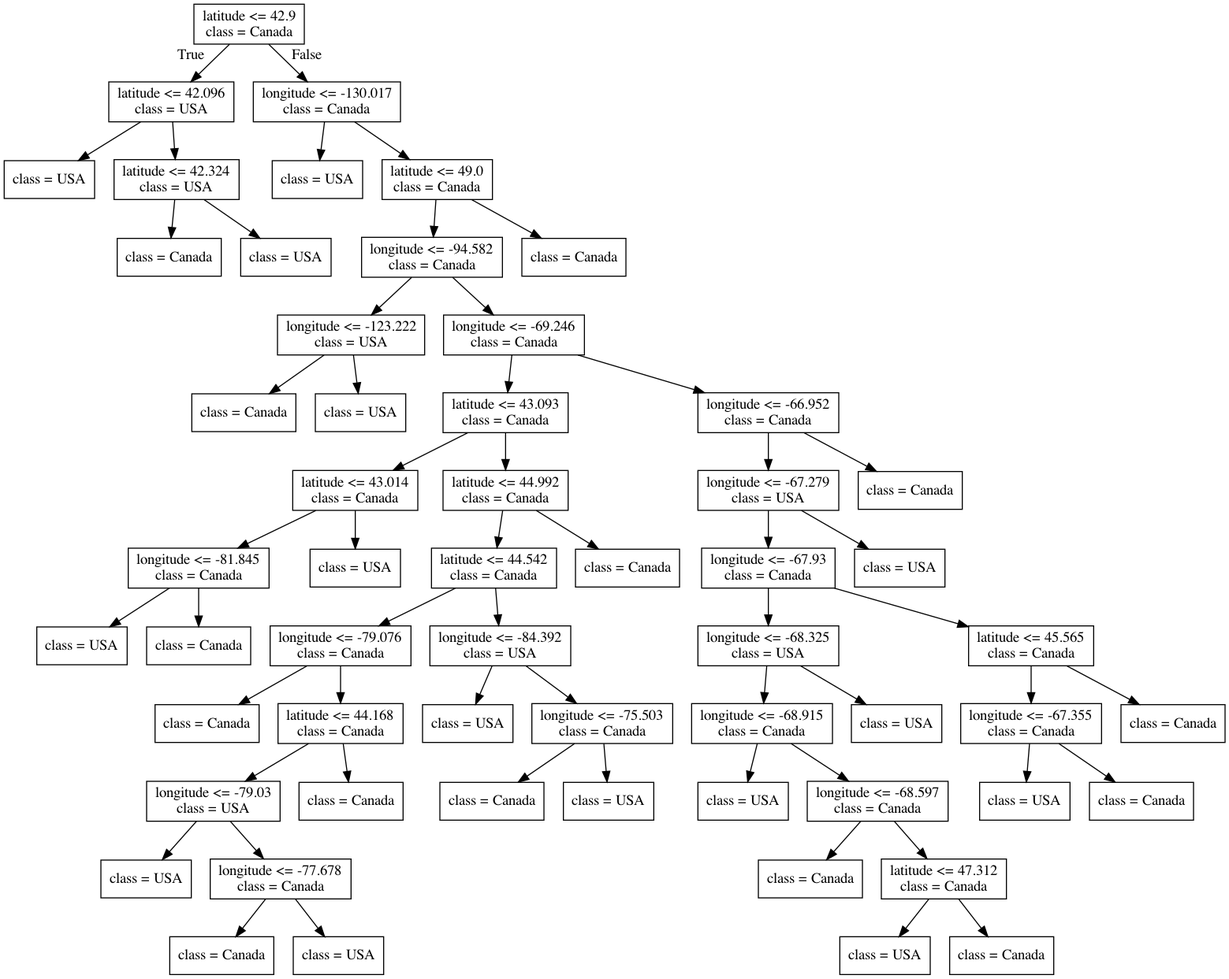
Above: lectures/Source.gv.png in bait509-ubc/BAIT509 (Graphviz), before the change. Its source is kept beside it as lectures/Source.gv. Its diagram source:
```dot
digraph Tree {
node [shape=box] ;
0 [label="latitude <= 42.9\nclass = Canada"] ;
1 [label="latitude <= 42.096\nclass = USA"] ;
0 -> 1 [labeldistance=2.5, labelangle=45, headlabel="True"] ;
2 [label="class = USA"] ;
1 -> 2 ;
3 [label="latitude <= 42.324\nclass = USA"] ;
1 -> 3 ;
4 [label="class = Canada"] ;
3 -> 4 ;
5 [label="class = USA"] ;
3 -> 5 ;
6 [label="longitude <= -130.017\nclass = Canada"] ;
0 -> 6 [labeldistance=2.5, labelangle=-45, headlabel="False"] ;
7 [label="class = USA"] ;
6 -> 7 ;
8 [label="latitude <= 49.0\nclass = Canada"] ;
6 -> 8 ;
9 [label="longitude <= -94.582\nclass = Canada"] ;
8 -> 9 ;
10 [label="longitude <= -123.222\nclass = USA"] ;
9 -> 10 ;
11 [label="class = Canada"] ;
10 -> 11 ;
12 [label="class = USA"] ;
10 -> 12 ;
13 [label="longitude <= -69.246\nclass = Canada"] ;
9 -> 13 ;
14 [label="latitude <= 43.093\nclass = Canada"] ;
13 -> 14 ;
15 [label="latitude <= 43.014\nclass = Canada"] ;
14 -> 15 ;
16 [label="longitude <= -81.845\nclass = Canada"] ;
15 -> 16 ;
17 [label="class = USA"] ;
16 -> 17 ;
18 [label="class = Canada"] ;
16 -> 18 ;
19 [label="class = USA"] ;
15 -> 19 ;
20 [label="latitude <= 44.992\nclass = Canada"] ;
14 -> 20 ;
21 [label="latitude <= 44.542\nclass = Canada"] ;
20 -> 21 ;
22 [label="longitude <= -79.076\nclass = Canada"] ;
21 -> 22 ;
23 [label="class = Canada"] ;
22 -> 23 ;
24 [label="latitude <= 44.168\nclass = Canada"] ;
22 -> 24 ;
25 [label="longitude <= -79.03\nclass = USA"] ;
24 -> 25 ;
26 [label="class = USA"] ;
25 -> 26 ;
27 [label="longitude <= -77.678\nclass = Canada"] ;
25 -> 27 ;
28 [label="class = Canada"] ;
27 -> 28 ;
29 [label="class = USA"] ;
27 -> 29 ;
30 [label="class = Canada"] ;
24 -> 30 ;
31 [label="longitude <= -84.392\nclass = USA"] ;
21 -> 31 ;
32 [label="class = USA"] ;
31 -> 32 ;
33 [label="longitude <= -75.503\nclass = Canada"] ;
31 -> 33 ;
34 [label="class = Canada"] ;
33 -> 34 ;
35 [label="class = USA"] ;
33 -> 35 ;
36 [label="class = Canada"] ;
20 -> 36 ;
37 [label="longitude <= -66.952\nclass = Canada"] ;
13 -> 37 ;
38 [label="longitude <= -67.279\nclass = USA"] ;
37 -> 38 ;
39 [label="longitude <= -67.93\nclass = Canada"] ;
38 -> 39 ;
40 [label="longitude <= -68.325\nclass = USA"] ;
39 -> 40 ;
41 [label="longitude <= -68.915\nclass = Canada"] ;
40 -> 41 ;
42 [label="class = USA"] ;
41 -> 42 ;
43 [label="longitude <= -68.597\nclass = Canada"] ;
41 -> 43 ;
44 [label="class = Canada"] ;
43 -> 44 ;
45 [label="latitude <= 47.312\nclass = Canada"] ;
43 -> 45 ;
46 [label="class = USA"] ;
45 -> 46 ;
47 [label="class = Canada"] ;
45 -> 47 ;
48 [label="class = USA"] ;
40 -> 48 ;
49 [label="latitude <= 45.565\nclass = Canada"] ;
39 -> 49 ;
50 [label="longitude <= -67.355\nclass = Canada"] ;
49 -> 50 ;
51 [label="class = USA"] ;
50 -> 51 ;
52 [label="class = Canada"] ;
50 -> 52 ;
53 [label="class = Canada"] ;
49 -> 53 ;
54 [label="class = USA"] ;
38 -> 54 ;
55 [label="class = Canada"] ;
37 -> 55 ;
56 [label="class = Canada"] ;
8 -> 56 ;
}
```
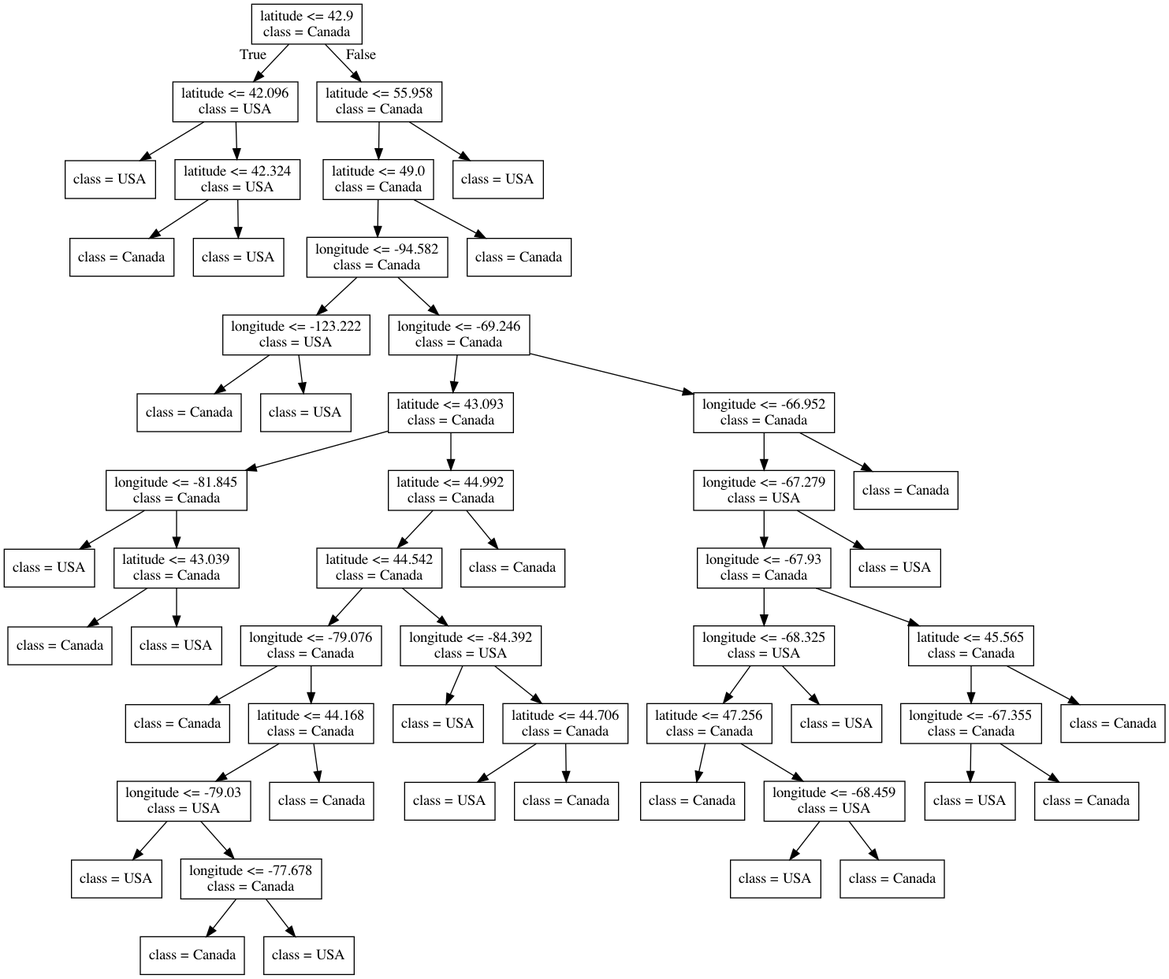
The same file after the commit.

Change to the diagram source:
```diff
@@ -11,106 +11,102 @@
 3 -> 4 ;
 5 [label="class = USA"] ;
 3 -> 5 ;
-6 [label="longitude <= -130.017\nclass = Canada"] ;
+6 [label="latitude <= 55.958\nclass = Canada"] ;
 0 -> 6 [labeldistance=2.5, labelangle=-45, headlabel="False"] ;
-7 [label="class = USA"] ;
+7 [label="latitude <= 49.0\nclass = Canada"] ;
 6 -> 7 ;
-8 [label="latitude <= 49.0\nclass = Canada"] ;
-6 -> 8 ;
-9 [label="longitude <= -94.582\nclass = Canada"] ;
+8 [label="longitude <= -94.582\nclass = Canada"] ;
+7 -> 8 ;
+9 [label="longitude <= -123.222\nclass = USA"] ;
 8 -> 9 ;
-10 [label="longitude <= -123.222\nclass = USA"] ;
+10 [label="class = Canada"] ;
 9 -> 10 ;
-11 [label="class = Canada"] ;
-10 -> 11 ;
-12 [label="class = USA"] ;
-10 -> 12 ;
-13 [label="longitude <= -69.246\nclass = Canada"] ;
-9 -> 13 ;
-14 [label="latitude <= 43.093\nclass = Canada"] ;
+11 [label="class = USA"] ;
+9 -> 11 ;
+12 [label="longitude <= -69.246\nclass = Canada"] ;
+8 -> 12 ;
+13 [label="latitude <= 43.093\nclass = Canada"] ;
+12 -> 13 ;
+14 [label="longitude <= -81.845\nclass = Canada"] ;
 13 -> 14 ;
-15 [label="latitude <= 43.014\nclass = Canada"] ;
+15 [label="class = USA"] ;
 14 -> 15 ;
-16 [label="longitude <= -81.845\nclass = Canada"] ;
-15 -> 16 ;
-17 [label="class = USA"] ;
+16 [label="latitude <= 43.039\nclass = Canada"] ;
+14 -> 16 ;
+17 [label="class = Canada"] ;
 16 -> 17 ;
-18 [label="class = Canada"] ;
+18 [label="class = USA"] ;
 16 -> 18 ;
-19 [label="class = USA"] ;
-15 -> 19 ;
-20 [label="latitude <= 44.992\nclass = Canada"] ;
-14 -> 20 ;
-21 [label="latitude <= 44.542\nclass = Canada"] ;
+19 [label="latitude <= 44.992\nclass = Canada"] ;
+13 -> 19 ;
+20 [label="latitude <= 44.542\nclass = Canada"] ;
+19 -> 20 ;
+21 [label="longitude <= -79.076\nclass = Canada"] ;
 20 -> 21 ;
-22 [label="longitude <= -79.076\nclass = Canada"] ;
+22 [label="class = Canada"] ;
 21 -> 22 ;
-23 [label="class = Canada"] ;
-22 -> 23 ;
-24 [label="latitude <= 44.168\nclass = Canada"] ;
-22 -> 24 ;
-25 [label="longitude <= -79.03\nclass = USA"] ;
+23 [label="latitude <= 44.168\nclass = Canada"] ;
+21 -> 23 ;
+24 [label="longitude <= -79.03\nclass = USA"] ;
+23 -> 24 ;
+25 [label="class = USA"] ;
 24 -> 25 ;
-26 [label="class = USA"] ;
-25 -> 26 ;
-27 [label="longitude <= -77.678\nclass = Canada"] ;
-25 -> 27 ;
-28 [label="class = Canada"] ;
-27 -> 28 ;
-29 [label="class = USA"] ;
-27 -> 29 ;
-30 [label="class = Canada"] ;
-24 -> 30 ;
-31 [label="longitude <= -84.392\nclass = USA"] ;
-21 -> 31 ;
-32 [label="class = USA"] ;
-31 -> 32 ;
-33 [label="longitude <= -75.503\nclass = Canada"] ;
-31 -> 33 ;
+26 [label="longitude <= -77.678\nclass = Canada"] ;
+24 -> 26 ;
+27 [label="class = Canada"] ;
+26 -> 27 ;
+28 [label="class = USA"] ;
+26 -> 28 ;
+29 [label="class = Canada"] ;
+23 -> 29 ;
+30 [label="longitude <= -84.392\nclass = USA"] ;
+20 -> 30 ;
+31 [label="class = USA"] ;
+30 -> 31 ;
+32 [label="latitude <= 44.706\nclass = Canada"] ;
+30 -> 32 ;
+33 [label="class = USA"] ;
+32 -> 33 ;
 34 [label="class = Canada"] ;
-33 -> 34 ;
-35 [label="class = USA"] ;
-33 -> 35 ;
-36 [label="class = Canada"] ;
-20 -> 36 ;
-37 [label="longitude <= -66.952\nclass = Canada"] ;
-13 -> 37 ;
-38 [label="longitude <= -67.279\nclass = USA"] ;
+32 -> 34 ;
+35 [label="class = Canada"] ;
+19 -> 35 ;
+36 [label="longitude <= -66.952\nclass = Canada"] ;
+12 -> 36 ;
+37 [label="longitude <= -67.279\nclass = USA"] ;
+36 -> 37 ;
+38 [label="longitude <= -67.93\nclass = Canada"] ;
 37 -> 38 ;
-39 [label="longitude <= -67.93\nclass = Canada"] ;
+39 [label="longitude <= -68.325\nclass = USA"] ;
 38 -> 39 ;
-40 [label="longitude <= -68.325\nclass = USA"] ;
+40 [label="latitude <= 47.256\nclass = Canada"] ;
 39 -> 40 ;
-41 [label="longitude <= -68.915\nclass = Canada"] ;
+41 [label="class = Canada"] ;
 40 -> 41 ;
-42 [label="class = USA"] ;
-41 -> 42 ;
-43 [label="longitude <= -68.597\nclass = Canada"] ;
-41 -> 43 ;
+42 [label="longitude <= -68.459\nclass = USA"] ;
+40 -> 42 ;
+43 [label="class = USA"] ;
+42 -> 43 ;
 44 [label="class = Canada"] ;
-43 -> 44 ;
-45 [label="latitude <= 47.312\nclass = Canada"] ;
-43 -> 45 ;
-46 [label="class = USA"] ;
-45 -> 46 ;
-47 [label="class = Canada"] ;
-45 -> 47 ;
+42 -> 44 ;
+45 [label="class = USA"] ;
+39 -> 45 ;
+46 [label="latitude <= 45.565\nclass = Canada"] ;
+38 -> 46 ;
+47 [label="longitude <= -67.355\nclass = Canada"] ;
+46 -> 47 ;
 48 [label="class = USA"] ;
-40 -> 48 ;
-49 [label="latitude <= 45.565\nclass = Canada"] ;
-39 -> 49 ;
-50 [label="longitude <= -67.355\nclass = Canada"] ;
-49 -> 50 ;
+47 -> 48 ;
+49 [label="class = Canada"] ;
+47 -> 49 ;
+50 [label="class = Canada"] ;
+46 -> 50 ;
 51 [label="class = USA"] ;
-50 -> 51 ;
+37 -> 51 ;
 52 [label="class = Canada"] ;
-50 -> 52 ;
+36 -> 52 ;
 53 [label="class = Canada"] ;
-49 -> 53 ;
+7 -> 53 ;
 54 [label="class = USA"] ;
-38 -> 54 ;
-55 [label="class = Canada"] ;
-37 -> 55 ;
-56 [label="class = Canada"] ;
-8 -> 56 ;
+6 -> 54 ;
 }
```
